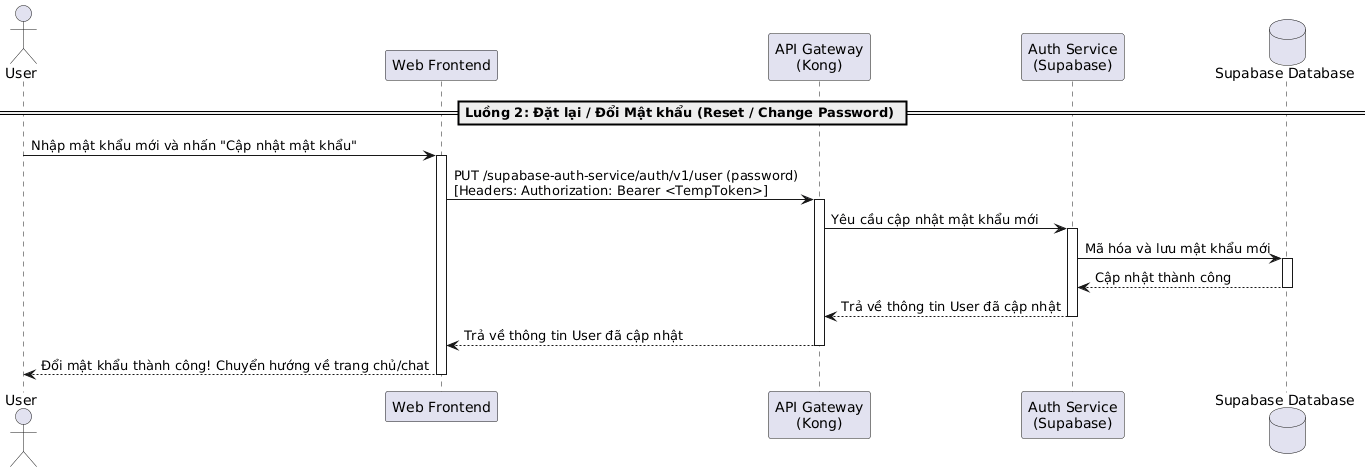
Before: latex/contents/Sequence/UML-Sequence-14.png, a diagram exported from PlantUML (20206205Tech/docs-latex).
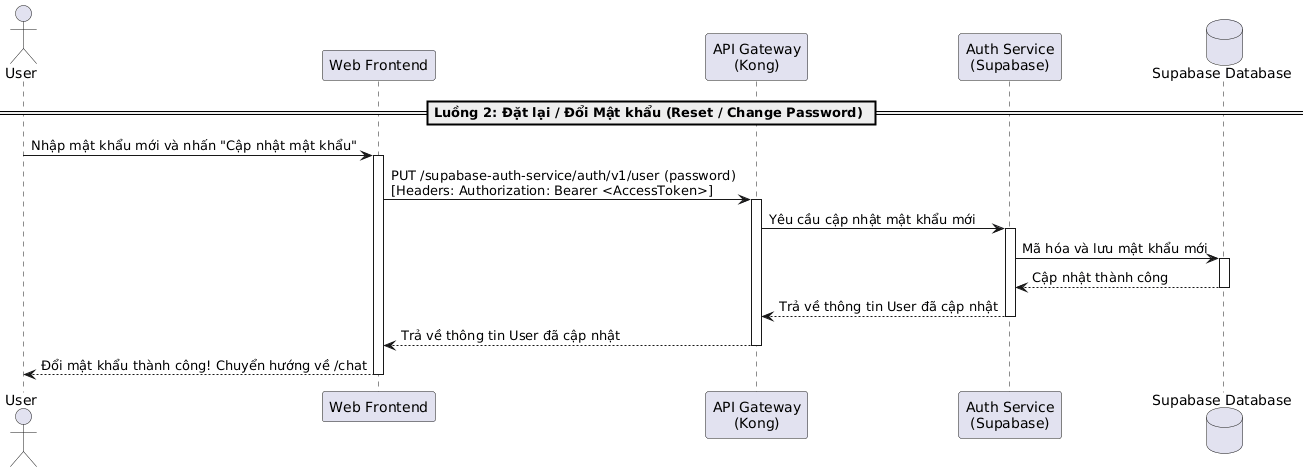
Later version of the same file.

The edit, as a diff of the source:
```diff
@@ -9,7 +9,7 @@
 User -> Frontend: Nhập mật khẩu mới và nhấn "Cập nhật mật khẩu"
 activate Frontend
 
-Frontend -> Kong: PUT /supabase-auth-service/auth/v1/user (password) \n[Headers: Authorization: Bearer <TempToken>]
+Frontend -> Kong: PUT /supabase-auth-service/auth/v1/user (password) \n[Headers: Authorization: Bearer <AccessToken>]
 activate Kong
 Kong -> AuthService: Yêu cầu cập nhật mật khẩu mới
 activate AuthService
@@ -22,6 +22,6 @@
 Kong --> Frontend: Trả về thông tin User đã cập nhật
 deactivate Kong
 
-Frontend --> User: Đổi mật khẩu thành công! Chuyển hướng về trang chủ/chat
+Frontend --> User: Đổi mật khẩu thành công! Chuyển hướng về /chat
 deactivate Frontend
 @enduml
```
